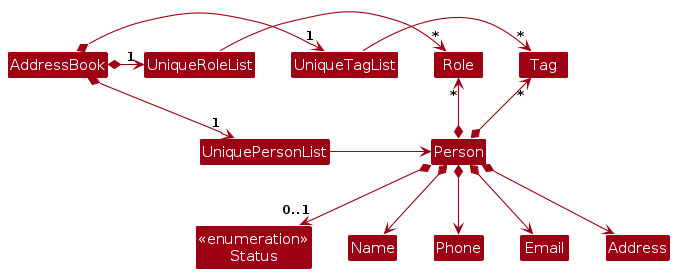
Earlier version of the PlantUML export diagrams/BetterModelClassDiagram.png (AY2526S1-CS2103T-F15b-3/tp). Its source is kept beside it as diagrams/BetterModelClassDiagram.puml.
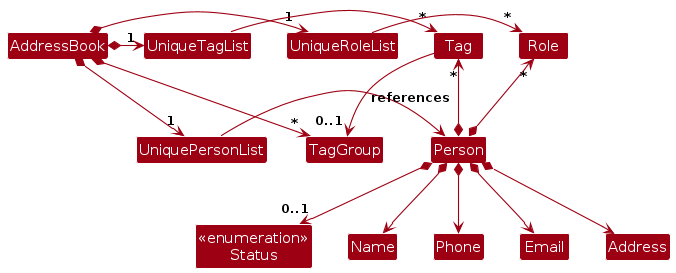
Above is the later version.

What changed in the source:
```diff
@@ -5,16 +5,21 @@
 skinparam classBackgroundColor MODEL_COLOR
 
 Class "<<enumeration>>\nStatus" as Status
+Class TagGroup
 
 AddressBook *-right-> "1" UniquePersonList
 AddressBook *-right-> "1" UniqueTagList
 AddressBook *-right-> "1" UniqueRoleList
+AddressBook *-down-> "*" TagGroup
 UniqueTagList -[hidden]down- UniquePersonList
 
 UniqueTagList -right-> "*" Tag
 UniquePersonList -right-> Person
 
 Person *-up-> "*" Tag
+Person *-up-> "*" Role
+
+Tag --> "0..1" TagGroup : references
 
 Person *--> Name
 Person *--> Phone
@@ -24,6 +29,5 @@
 
 UniqueRoleList -right-> "*" Role
 UniqueRoleList -[hidden]down- UniquePersonList
-Person *-up-> "*" Role
 
 @enduml
```
